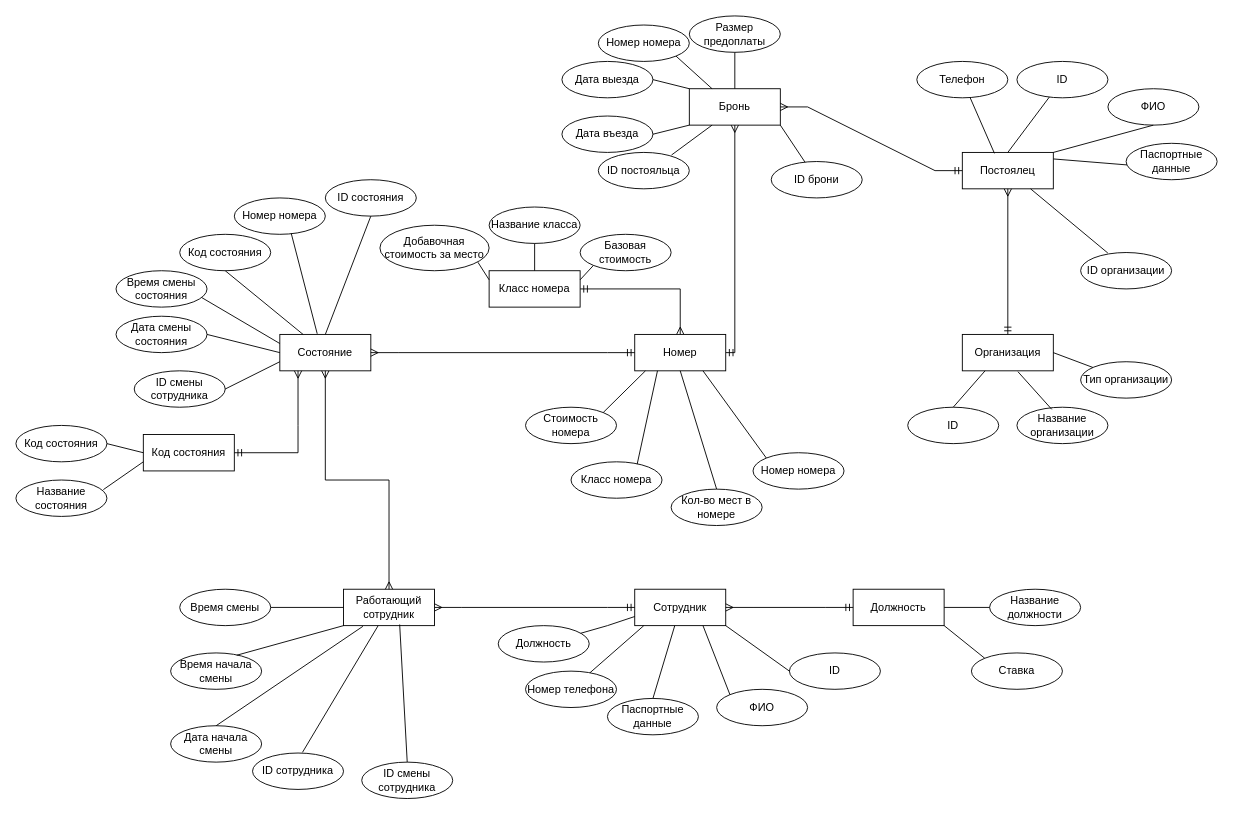
The draw.io diagram page "ER-диаграмма" (2 of 2) of Kostylev_Hostel.drawio in Haxersociety/DataBase_Hostel, before the edit. Source tidied: cells renumbered, new cells numbered last; positions are measured from the earlier drawing's top-left corner, leaving out a move shared by most shapes. Both pictures are drawn from the tidied source at 91%, with x=0, y=0 at pixel (15, 15).
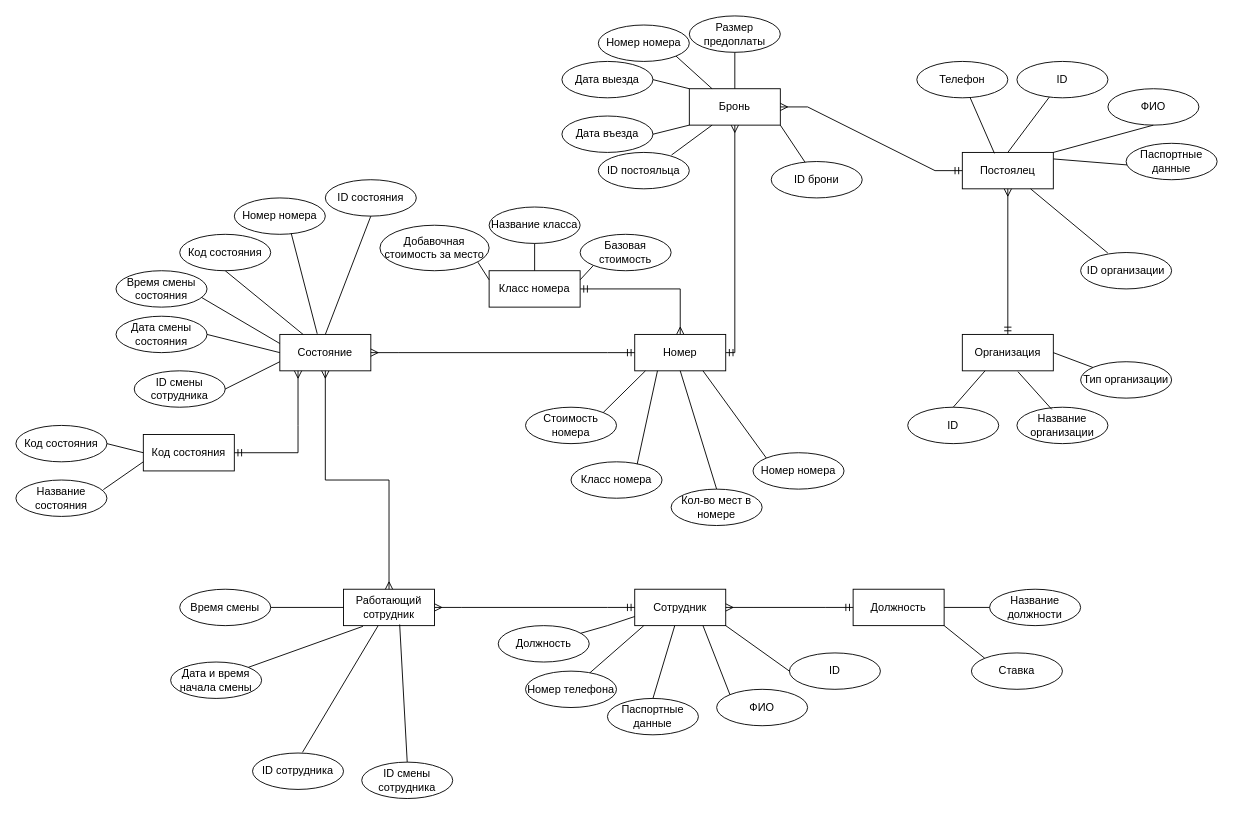
Above is the later version.

The change refers to these unchanged cells:
```xml
<mxCell id="53" value="Работающий сотрудник" style="whiteSpace=wrap;html=1;align=center;" parent="1" vertex="1">
  <mxGeometry x="360" y="630" width="100" height="40" as="geometry" />
</mxCell>
```

The edit, as a diff of the source:
```diff
@@
-    <mxCell id="55" value="Время начала смены" style="ellipse;whiteSpace=wrap;html=1;align=center;strokeColor=default;" parent="1" vertex="1">
-      <mxGeometry x="170" y="700" width="100" height="40" as="geometry" />
-    </mxCell>
@@
-    <mxCell id="60" style="endArrow=none;html=1;rounded=0;exitX=0.727;exitY=0.063;exitDx=0;exitDy=0;exitPerimeter=0;entryX=0;entryY=1;entryDx=0;entryDy=0;" parent="1" edge="1" source="55" target="53">
-      <mxGeometry relative="1" as="geometry" />
-    </mxCell>
@@
-    <mxCell id="62" value="Дата начала смены" style="ellipse;whiteSpace=wrap;html=1;align=center;strokeColor=default;" parent="1" vertex="1">
-      <mxGeometry x="170" y="780" width="100" height="40" as="geometry" />
+    <mxCell id="62" value="Дата и время начала смены" style="ellipse;whiteSpace=wrap;html=1;align=center;strokeColor=default;" parent="1" vertex="1">
+      <mxGeometry x="170" y="710" width="100" height="40" as="geometry" />
     </mxCell>
-    <mxCell id="63" style="endArrow=none;html=1;rounded=0;exitX=0.213;exitY=1.019;exitDx=0;exitDy=0;entryX=0.5;entryY=0;entryDx=0;entryDy=0;exitPerimeter=0;" parent="1" edge="1" source="53" target="62">
+    <mxCell id="63" style="endArrow=none;html=1;rounded=0;exitX=0.213;exitY=1.019;exitDx=0;exitDy=0;entryX=1;entryY=0;entryDx=0;entryDy=0;exitPerimeter=0;" parent="1" edge="1" source="53" target="62">
       <mxGeometry relative="1" as="geometry" />
     </mxCell>
```
